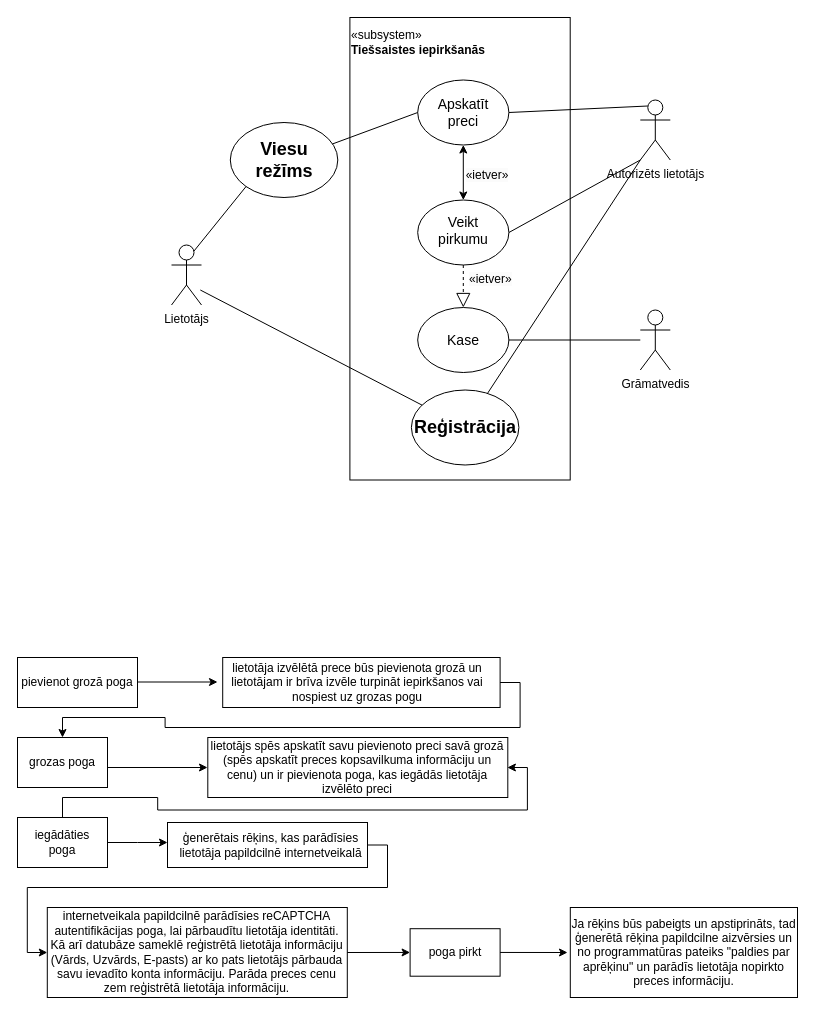
This is Programmēšanas_piekļuvesdarbs2.drawio from valtsrusis/Piekluves_Darbs, a draw.io file, before an edit. Source tidied: cells renumbered, new cells numbered last; positions are measured from the earlier drawing's top-left corner, leaving out a move shared by most shapes. Both pictures are drawn from the tidied source at 100%, with x=0, y=0 at pixel (17, 17).
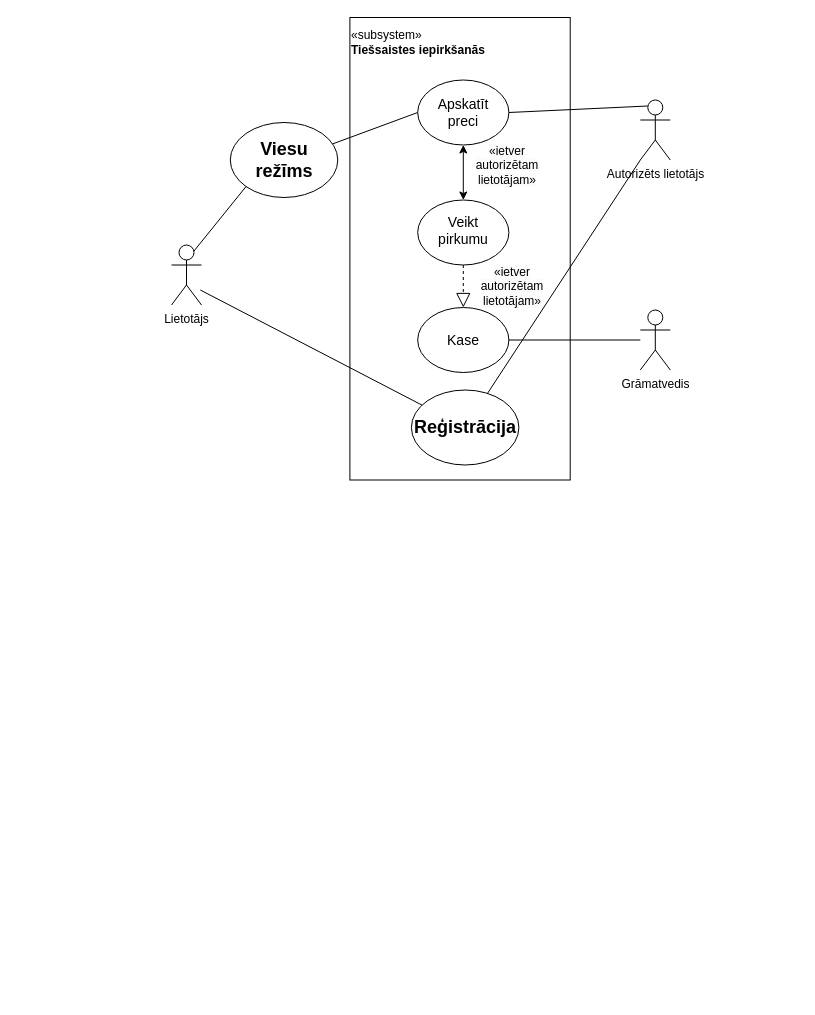
The same page after the edit.

Unchanged cells that the change refers to:
```xml
<mxCell id="6" value="Autorizēts lietotājs" style="shape=umlActor;verticalLabelPosition=bottom;verticalAlign=top;html=1;outlineConnect=0;" parent="1" vertex="1">
  <mxGeometry x="622.8" y="82.5" width="30" height="60" as="geometry" />
</mxCell>
<mxCell id="11" style="ellipse;whiteSpace=wrap;html=1;" parent="1" vertex="1">
  <mxGeometry x="400.2" y="62.5" width="91.2" height="65" as="geometry" />
</mxCell>
<mxCell id="16" style="ellipse;whiteSpace=wrap;html=1;" parent="1" vertex="1">
  <mxGeometry x="400.2" y="182.5" width="91.2" height="65" as="geometry" />
</mxCell>
```

Diff of the diagram source:
```diff
@@
-    <mxCell id="2" style="rounded=0;whiteSpace=wrap;html=1;" parent="1" vertex="1">
-      <mxGeometry x="190.3" y="720" width="300" height="60" as="geometry" />
-    </mxCell>
@@
-    <mxCell id="20" style="endArrow=none;html=1;rounded=0;exitX=1;exitY=0.5;exitDx=0;exitDy=0;entryX=0;entryY=1;entryDx=0;entryDy=0;entryPerimeter=0;" parent="1" edge="1" source="16" target="6">
-      <mxGeometry relative="1" as="geometry" />
-    </mxCell>
-    <mxCell id="21" style="endArrow=classic;startArrow=classic;html=1;rounded=0;entryX=0.5;entryY=1;entryDx=0;entryDy=0;exitX=0.5;exitY=0;exitDx=0;exitDy=0;" parent="1" edge="1" source="16" target="11">
-      <mxGeometry relative="1" as="geometry" />
-    </mxCell>
@@
-    <mxCell id="27" value="&lt;br&gt;&lt;span style=&quot;color: rgb(0, 0, 0); font-family: Helvetica; font-size: 12px; font-style: normal; font-variant-ligatures: normal; font-variant-caps: normal; font-weight: 400; letter-spacing: normal; orphans: 2; text-align: left; text-indent: 0px; text-transform: none; widows: 2; word-spacing: 0px; -webkit-text-stroke-width: 0px; white-space: normal; background-color: rgb(251, 251, 251); text-decoration-thickness: initial; text-decoration-style: initial; text-decoration-color: initial; float: none; display: inline !important;&quot;&gt;«ietver»&lt;/span&gt;&lt;div&gt;&lt;br/&gt;&lt;/div&gt;" style="text;html=1;align=center;verticalAlign=middle;whiteSpace=wrap;rounded=0;" parent="1" vertex="1">
-      <mxGeometry x="430" y="142.5" width="80" height="30" as="geometry" />
+    <mxCell id="27" value="&lt;br&gt;&lt;span style=&quot;color: rgb(0, 0, 0); font-family: Helvetica; font-size: 12px; font-style: normal; font-variant-ligatures: normal; font-variant-caps: normal; font-weight: 400; letter-spacing: normal; orphans: 2; text-align: left; text-indent: 0px; text-transform: none; widows: 2; word-spacing: 0px; -webkit-text-stroke-width: 0px; white-space: normal; background-color: rgb(251, 251, 251); text-decoration-thickness: initial; text-decoration-style: initial; text-decoration-color: initial; float: none; display: inline !important;&quot;&gt;«ietver autorizētam lietotājam»&lt;/span&gt;&lt;div&gt;&lt;br&gt;&lt;/div&gt;" style="text;html=1;align=center;verticalAlign=middle;whiteSpace=wrap;rounded=0;" parent="1" vertex="1">
+      <mxGeometry x="450" y="132.5" width="80" height="30" as="geometry" />
     </mxCell>
-    <mxCell id="28" value="&lt;span style=&quot;color: rgb(0, 0, 0); font-family: Helvetica; font-size: 12px; font-style: normal; font-variant-ligatures: normal; font-variant-caps: normal; font-weight: 400; letter-spacing: normal; orphans: 2; text-align: left; text-indent: 0px; text-transform: none; widows: 2; word-spacing: 0px; -webkit-text-stroke-width: 0px; white-space: normal; background-color: rgb(251, 251, 251); text-decoration-thickness: initial; text-decoration-style: initial; text-decoration-color: initial; float: none; display: inline !important;&quot;&gt;«ietver»&lt;/span&gt;" style="text;whiteSpace=wrap;html=1;" parent="1" vertex="1">
-      <mxGeometry x="450" y="247.5" width="80" height="32.5" as="geometry" />
+    <mxCell id="28" value="&lt;span style=&quot;color: rgb(0, 0, 0); font-family: Helvetica; font-size: 12px; font-style: normal; font-variant-ligatures: normal; font-variant-caps: normal; font-weight: 400; letter-spacing: normal; orphans: 2; text-indent: 0px; text-transform: none; widows: 2; word-spacing: 0px; -webkit-text-stroke-width: 0px; white-space: normal; background-color: rgb(251, 251, 251); text-decoration-thickness: initial; text-decoration-style: initial; text-decoration-color: initial; float: none; display: inline !important;&quot;&gt;«ietver autorizētam lietotājam»&lt;/span&gt;" style="text;whiteSpace=wrap;html=1;align=center;" parent="1" vertex="1">
+      <mxGeometry x="460" y="241.2" width="70" height="32.5" as="geometry" />
     </mxCell>
-    <mxCell id="29" style="edgeStyle=orthogonalEdgeStyle;rounded=0;orthogonalLoop=1;jettySize=auto;html=1;" parent="1" edge="1">
-      <mxGeometry relative="1" as="geometry">
-        <mxPoint x="120" y="664.5" as="sourcePoint" />
-        <mxPoint x="200" y="664.5" as="targetPoint" />
-      </mxGeometry>
-    </mxCell>
-    <mxCell id="30" style="rounded=0;whiteSpace=wrap;html=1;" parent="1" vertex="1">
-      <mxGeometry y="640" width="120" height="50" as="geometry" />
-    </mxCell>
-    <mxCell id="31" value="pievienot grozā poga" style="text;html=1;align=center;verticalAlign=middle;whiteSpace=wrap;rounded=0;" parent="1" vertex="1">
-      <mxGeometry y="650" width="120" height="30" as="geometry" />
-    </mxCell>
-    <mxCell id="32" style="rounded=0;whiteSpace=wrap;html=1;" parent="1" vertex="1">
-      <mxGeometry x="205.2" y="640" width="277.4" height="50" as="geometry" />
-    </mxCell>
-    <mxCell id="33" value="lietotāja izvēlētā prece būs pievienota grozā un lietotājam ir brīva izvēle turpināt iepirkšanos vai nospiest uz grozas pogu" style="text;html=1;align=center;verticalAlign=middle;whiteSpace=wrap;rounded=0;" parent="1" vertex="1">
-      <mxGeometry x="205.3" y="650" width="270" height="30" as="geometry" />
-    </mxCell>
-    <mxCell id="34" style="rounded=0;whiteSpace=wrap;html=1;" parent="1" vertex="1">
-      <mxGeometry x="29.8" y="890" width="300" height="90" as="geometry" />
-    </mxCell>
-    <mxCell id="35" style="edgeStyle=orthogonalEdgeStyle;rounded=0;jettySize=auto;html=1;entryX=0;entryY=0.5;entryDx=0;entryDy=0;exitX=1;exitY=0.5;exitDx=0;exitDy=0;" parent="1" edge="1" source="34" target="37">
-      <mxGeometry relative="1" as="geometry" />
-    </mxCell>
-    <mxCell id="36" value="internetveikala papildcilnē parādīsies reCAPTCHA autentifikācijas poga, lai pārbaudītu lietotāja identitāti. Kā arī datubāze sameklē reģistrētā lietotāja informāciju (Vārds, Uzvārds, E-pasts) ar ko pats lietotājs pārbauda savu ievadīto konta informāciju. Parāda preces cenu zem reģistrētā lietotāja informāciju." style="text;html=1;align=center;verticalAlign=middle;whiteSpace=wrap;rounded=0;" parent="1" vertex="1">
-      <mxGeometry x="32.3" y="910" width="295.1" height="50" as="geometry" />
-    </mxCell>
-    <mxCell id="37" style="rounded=0;whiteSpace=wrap;html=1;" parent="1" vertex="1">
-      <mxGeometry x="392.6" y="911.2" width="90" height="47.5" as="geometry" />
-    </mxCell>
-    <mxCell id="38" value="poga pirkt" style="text;html=1;align=center;verticalAlign=middle;whiteSpace=wrap;rounded=0;" parent="1" vertex="1">
-      <mxGeometry x="407.6" y="920" width="60" height="30" as="geometry" />
-    </mxCell>
-    <mxCell id="39" style="edgeStyle=orthogonalEdgeStyle;rounded=0;jettySize=auto;html=1;exitX=1;exitY=0.5;exitDx=0;exitDy=0;" parent="1" edge="1" source="32" target="40">
-      <mxGeometry relative="1" as="geometry" />
-    </mxCell>
-    <mxCell id="40" style="rounded=0;whiteSpace=wrap;html=1;" parent="1" vertex="1">
-      <mxGeometry y="720" width="90" height="50" as="geometry" />
-    </mxCell>
-    <mxCell id="41" value="lietotājs spēs apskatīt savu pievienoto preci savā grozā (spēs apskatīt preces kopsavilkuma informāciju un cenu) un ir pievienota poga, kas iegādās lietotāja izvēlēto preci" style="text;html=1;align=center;verticalAlign=middle;whiteSpace=wrap;rounded=0;" parent="1" vertex="1">
-      <mxGeometry x="190.3" y="727.5" width="299.6" height="45" as="geometry" />
-    </mxCell>
-    <mxCell id="42" value="grozas poga" style="text;html=1;align=center;verticalAlign=middle;whiteSpace=wrap;rounded=0;" parent="1" vertex="1">
-      <mxGeometry y="730" width="90" height="30" as="geometry" />
-    </mxCell>
-    <mxCell id="43" style="endArrow=classic;html=1;rounded=0;" parent="1" edge="1">
-      <mxGeometry relative="1" as="geometry">
-        <mxPoint x="90" y="750" as="sourcePoint" />
-        <mxPoint x="190" y="750" as="targetPoint" />
-      </mxGeometry>
-    </mxCell>
-    <mxCell id="44" style="edgeStyle=orthogonalEdgeStyle;rounded=0;jettySize=auto;html=1;exitX=0.5;exitY=0;exitDx=0;exitDy=0;entryX=1;entryY=0.5;entryDx=0;entryDy=0;" parent="1" edge="1" source="45" target="41">
-      <mxGeometry relative="1" as="geometry" />
-    </mxCell>
-    <mxCell id="45" style="rounded=0;whiteSpace=wrap;html=1;" parent="1" vertex="1">
-      <mxGeometry y="800" width="90" height="50" as="geometry" />
-    </mxCell>
-    <mxCell id="46" style="edgeStyle=orthogonalEdgeStyle;rounded=0;jettySize=auto;html=1;exitX=1;exitY=0.5;exitDx=0;exitDy=0;" parent="1" edge="1" source="45">
-      <mxGeometry relative="1" as="geometry">
-        <mxPoint x="150" y="825" as="targetPoint" />
-      </mxGeometry>
-    </mxCell>
-    <mxCell id="47" value="iegādāties poga" style="text;html=1;align=center;verticalAlign=middle;whiteSpace=wrap;rounded=0;" parent="1" vertex="1">
-      <mxGeometry x="15" y="810" width="60" height="30" as="geometry" />
-    </mxCell>
-    <mxCell id="48" style="edgeStyle=orthogonalEdgeStyle;rounded=0;jettySize=auto;html=1;exitX=1;exitY=0.5;exitDx=0;exitDy=0;entryX=0;entryY=0.5;entryDx=0;entryDy=0;" parent="1" edge="1" source="49" target="34">
-      <mxGeometry relative="1" as="geometry" />
-    </mxCell>
-    <mxCell id="49" style="rounded=0;whiteSpace=wrap;html=1;" parent="1" vertex="1">
-      <mxGeometry x="150" y="805" width="200" height="45" as="geometry" />
-    </mxCell>
-    <mxCell id="50" value="ģenerētais rēķins, kas parādīsies lietotāja papildcilnē internetveikalā" style="text;html=1;align=center;verticalAlign=middle;whiteSpace=wrap;rounded=0;" parent="1" vertex="1">
-      <mxGeometry x="150" y="812.5" width="207.2" height="30" as="geometry" />
-    </mxCell>
-    <mxCell id="51" style="endArrow=classic;html=1;rounded=0;exitX=1;exitY=0.5;exitDx=0;exitDy=0;" parent="1" edge="1" source="37">
-      <mxGeometry relative="1" as="geometry">
-        <mxPoint x="550" y="935" as="targetPoint" />
-      </mxGeometry>
-    </mxCell>
-    <mxCell id="52" style="rounded=0;whiteSpace=wrap;html=1;" parent="1" vertex="1">
-      <mxGeometry x="552.8" y="890" width="227.2" height="90" as="geometry" />
-    </mxCell>
-    <mxCell id="53" value="Ja rēķins būs pabeigts un apstiprināts, tad ģenerētā rēķina papildcilne aizvērsies un no programmatūras pateiks &quot;paldies par aprēķinu&quot; un parādīs lietotāja nopirkto preces informāciju." style="text;html=1;align=center;verticalAlign=middle;whiteSpace=wrap;rounded=0;" parent="1" vertex="1">
-      <mxGeometry x="552.8" y="890" width="227.2" height="90" as="geometry" />
-    </mxCell>
+    <mxCell id="21" style="endArrow=classic;startArrow=classic;html=1;rounded=0;entryX=0.5;entryY=1;entryDx=0;entryDy=0;exitX=0.5;exitY=0;exitDx=0;exitDy=0;" parent="1" edge="1" source="16" target="11">
+      <mxGeometry relative="1" as="geometry" />
+    </mxCell>
```
